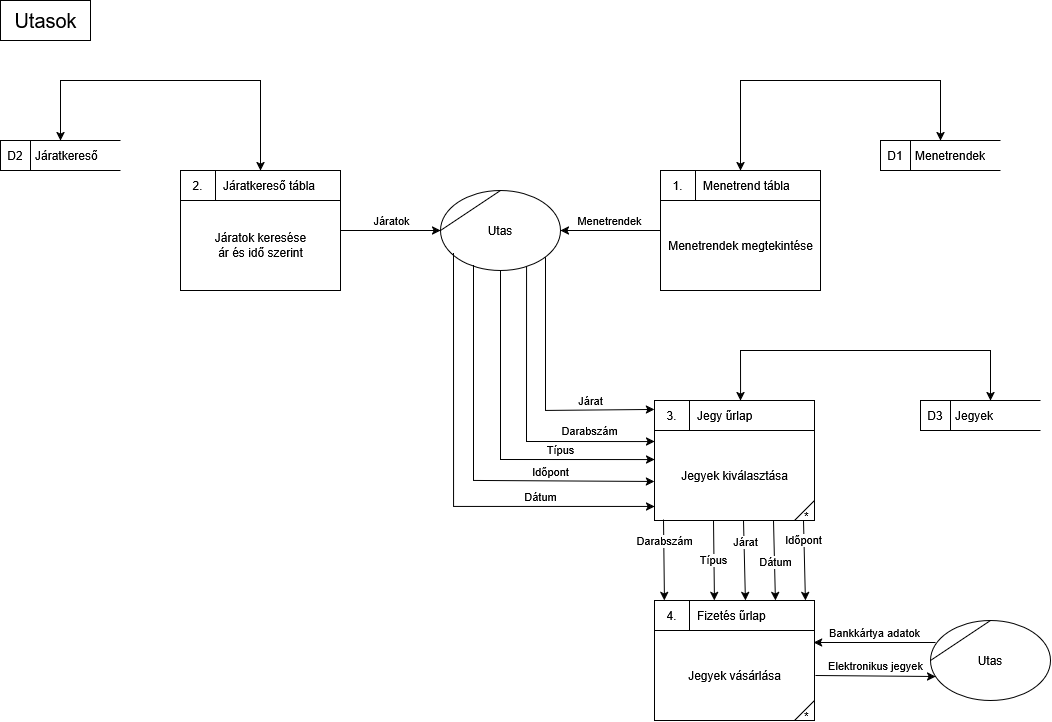
Above: docs/documentation/dfd/vasut_utas_fiz1.png in jan-katosa/vasut_projekt (draw.io), before the change. Source tidied: cells renumbered, new cells last; positions are measured from the earlier drawing's top-left corner, leaving out a move shared by most shapes.
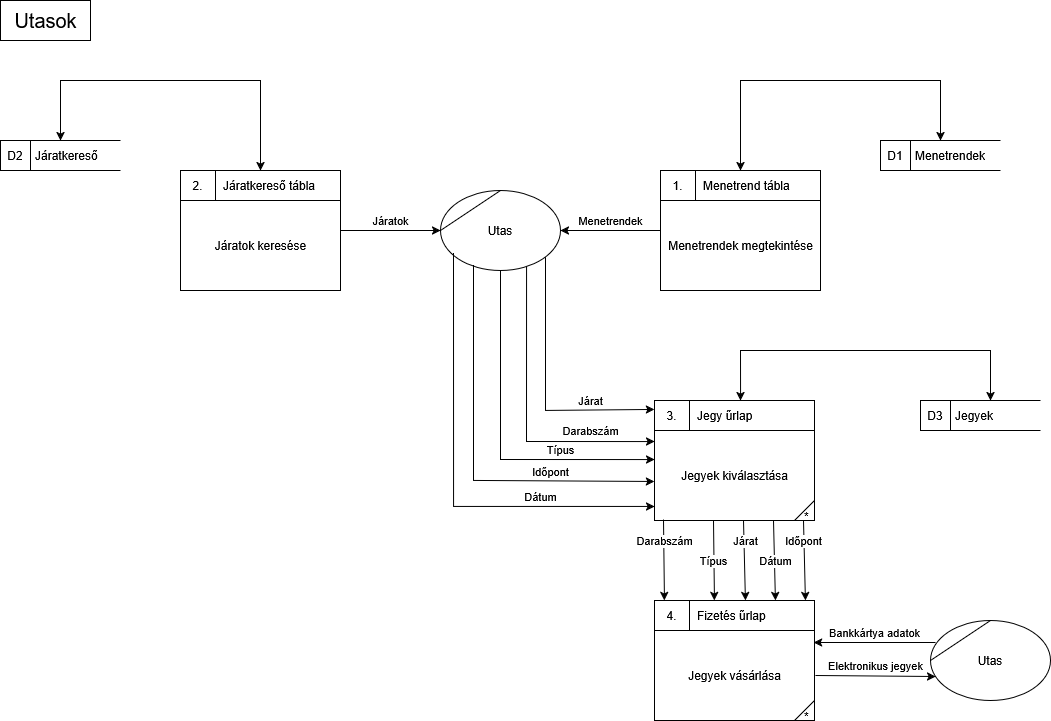
Above is the later version.

The edit, as a diff of the source:
```diff
@@ -147,7 +147,7 @@
         </Array>
       </mxGeometry>
     </mxCell>
-    <mxCell id="35" value="&lt;div align=&quot;center&quot;&gt;Járatok keresése&lt;/div&gt;&lt;div align=&quot;center&quot;&gt;ár és idő szerint&lt;/div&gt;" style="html=1;dashed=0;whitespace=wrap;shape=mxgraph.dfd.process;align=center;spacingTop=30;" parent="1" vertex="1">
+    <mxCell id="35" value="&lt;div align=&quot;center&quot;&gt;Járatok keresése&lt;/div&gt;" style="html=1;dashed=0;whitespace=wrap;shape=mxgraph.dfd.process;align=center;spacingTop=30;" parent="1" vertex="1">
       <mxGeometry x="180" y="170" width="160" height="120" as="geometry" />
     </mxCell>
     <mxCell id="36" value="2." style="text;html=1;strokeColor=none;fillColor=none;align=center;verticalAlign=middle;whiteSpace=wrap;rounded=0;" parent="35" vertex="1">
```
